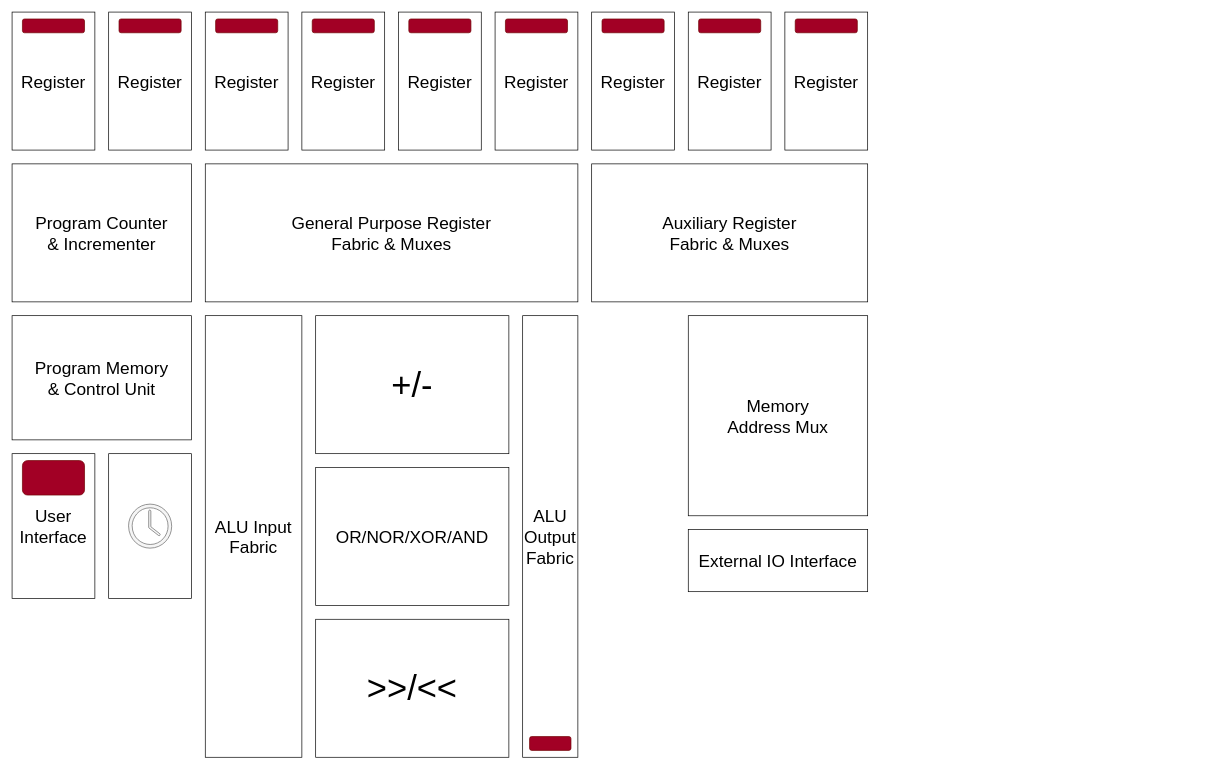
This is hardware/documentation/layout.dio from kantholz44mm/cpu, a draw.io file, before an edit. Source tidied: cells renumbered, new cells numbered last; positions are measured from the earlier drawing's top-left corner, leaving out a move shared by most shapes. Both pictures are drawn from the tidied source at 69%, with x=0, y=0 at pixel (12, 12).
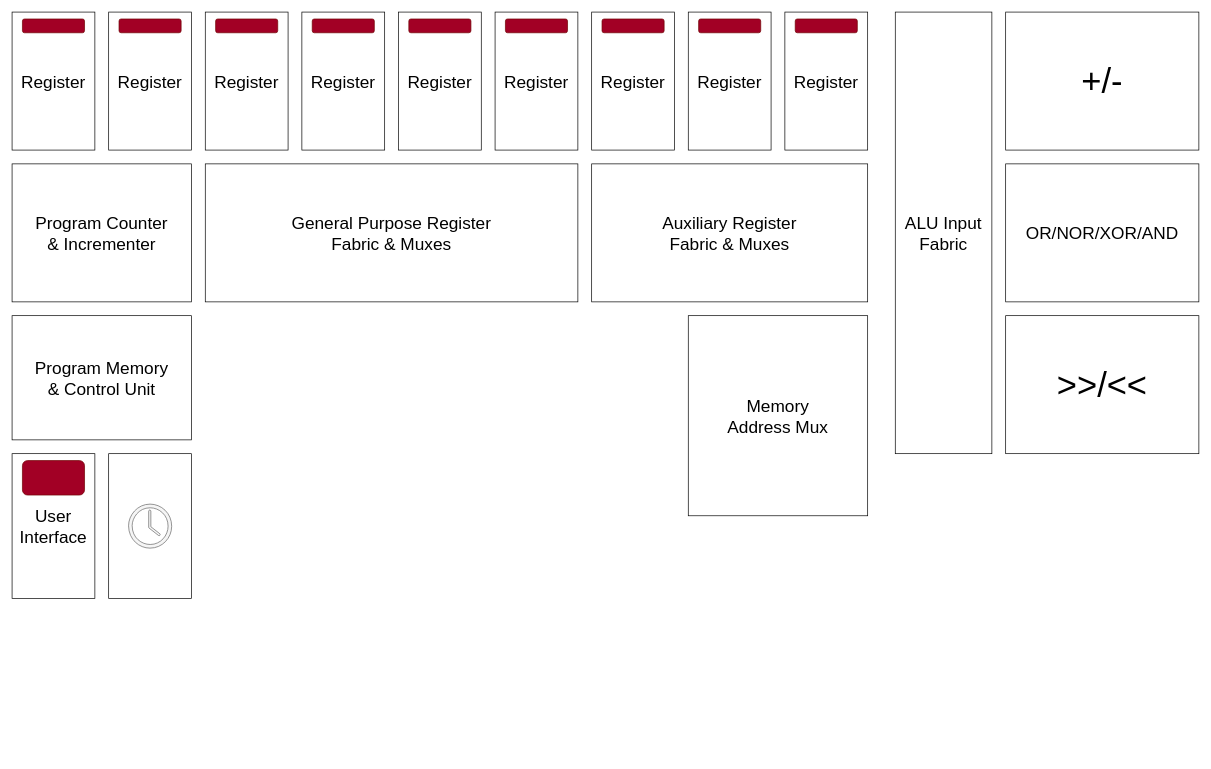
Above is the later version.

What changed in the source:
```diff
@@
     <mxCell id="22" value="&lt;font style=&quot;font-size: 50px;&quot;&gt;+/-&lt;/font&gt;" style="rounded=0;whiteSpace=wrap;html=1;fontSize=40;" parent="1" vertex="1">
-      <mxGeometry x="440" y="440" width="280" height="200" as="geometry" />
+      <mxGeometry x="1440" width="280" height="200" as="geometry" />
     </mxCell>
     <mxCell id="23" value="OR/NOR/XOR/AND" style="rounded=0;whiteSpace=wrap;html=1;fontSize=25;" parent="1" vertex="1">
-      <mxGeometry x="440" y="660" width="280" height="200" as="geometry" />
+      <mxGeometry x="1440" y="220" width="280" height="200" as="geometry" />
     </mxCell>
     <mxCell id="24" value="&lt;font style=&quot;font-size: 50px;&quot;&gt;&amp;gt;&amp;gt;/&amp;lt;&amp;lt;&lt;/font&gt;" style="rounded=0;whiteSpace=wrap;html=1;fontSize=25;" parent="1" vertex="1">
-      <mxGeometry x="440" y="880" width="280" height="200" as="geometry" />
+      <mxGeometry x="1440" y="440" width="280" height="200" as="geometry" />
     </mxCell>
     <mxCell id="25" value="ALU Input&lt;br&gt;Fabric" style="rounded=0;whiteSpace=wrap;html=1;fontSize=25;" parent="1" vertex="1">
-      <mxGeometry x="280" y="440" width="140" height="640" as="geometry" />
+      <mxGeometry x="1280" width="140" height="640" as="geometry" />
     </mxCell>
-    <mxCell id="26" value="ALU Output&lt;br&gt;Fabric" style="rounded=0;whiteSpace=wrap;html=1;fontSize=25;" parent="1" vertex="1">
-      <mxGeometry x="740" y="440" width="80" height="640" as="geometry" />
-    </mxCell>
-    <mxCell id="27" style="rounded=1;whiteSpace=wrap;html=1;fillColor=#a20025;fontColor=#ffffff;strokeColor=#6F0000;" parent="1" vertex="1">
-      <mxGeometry x="750" y="1050" width="60" height="20" as="geometry" />
-    </mxCell>
@@
-    <mxCell id="33" value="External IO Interface" style="rounded=0;whiteSpace=wrap;html=1;fontSize=25;" parent="1" vertex="1">
-      <mxGeometry x="980" y="750" width="260" height="90" as="geometry" />
-    </mxCell>
```
